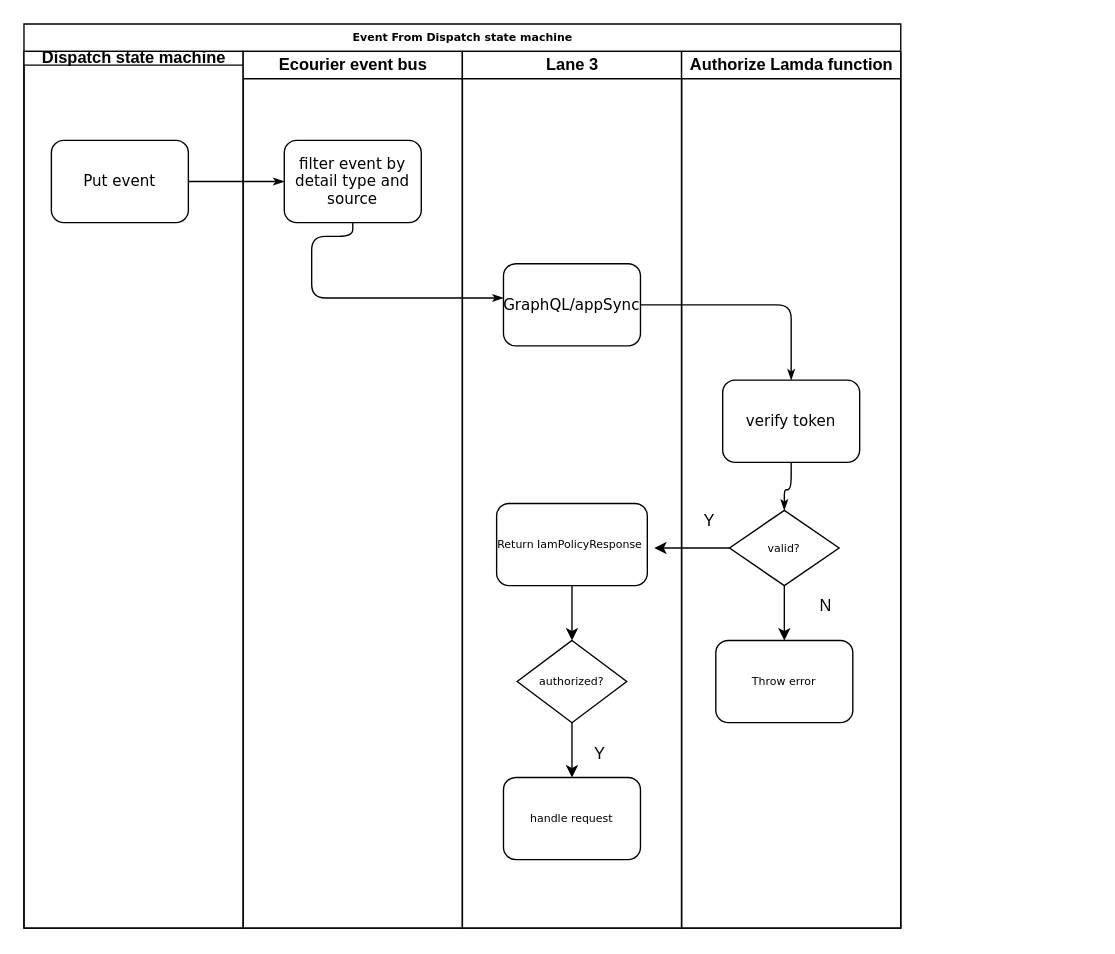
dieunguyen2003/deploycode keeps this draw.io diagram as dispatchevent.drawio. Above is the earlier version. Source tidied: cells renumbered, new cells numbered last; positions are measured from the earlier drawing's top-left corner, leaving out a move shared by most shapes. Both pictures are drawn from the tidied source at 137%, with x=0, y=0 at pixel (23, 23).
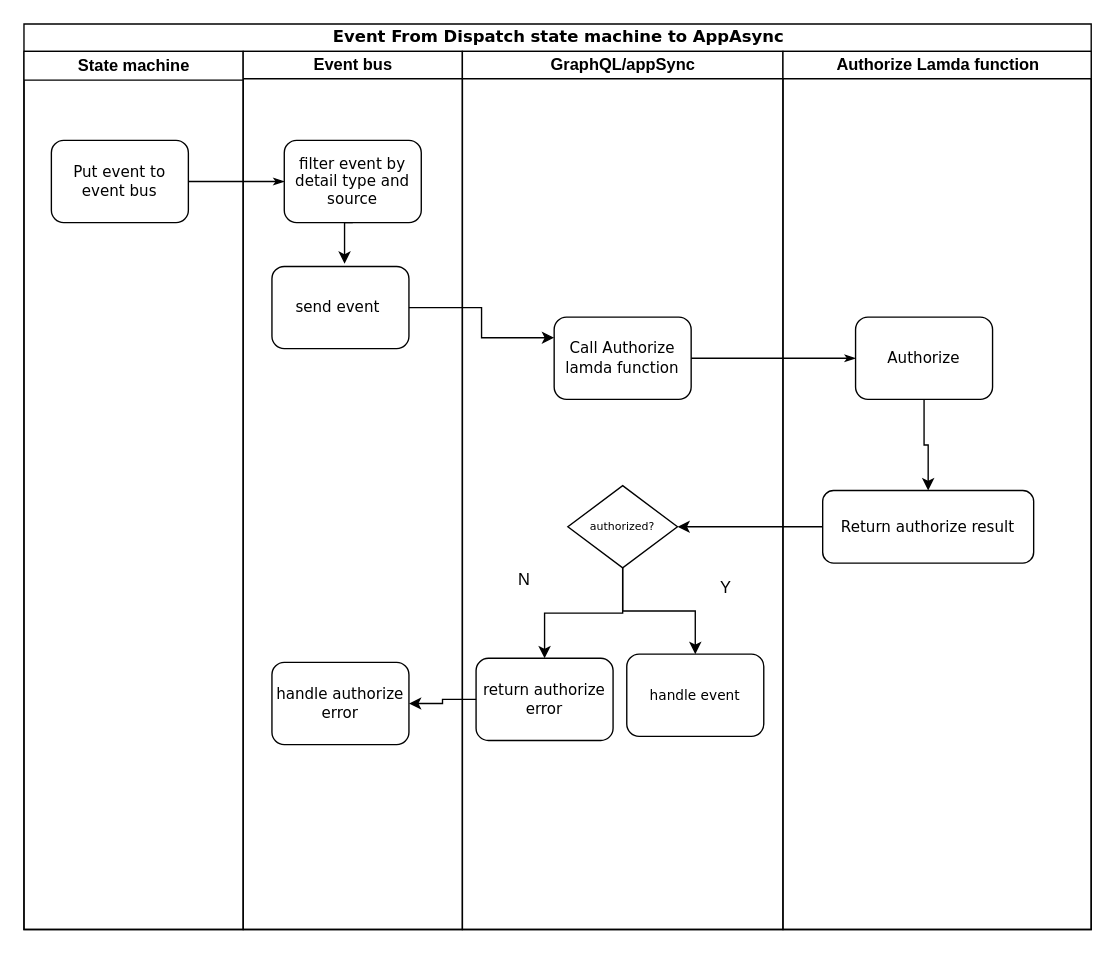
The same page after the edit.

Unchanged cells that the change refers to:
```xml
<mxCell id="8" value="&lt;font style=&quot;font-size: 11px;&quot;&gt;filter event by detail type and source&lt;/font&gt;" style="rounded=1;whiteSpace=wrap;html=1;shadow=0;labelBackgroundColor=none;strokeWidth=1;fontFamily=Verdana;fontSize=8;align=center;" parent="7" vertex="1">
  <mxGeometry x="30" y="65" width="100" height="60" as="geometry" />
</mxCell>
```

The edit, as a diff of the source:
```diff
@@
-    <mxCell id="2" value="Event From Dispatch state machine" style="swimlane;html=1;startSize=20;rounded=0;shadow=0;labelBackgroundColor=none;strokeWidth=1;fontFamily=Verdana;fontSize=8;align=center;" parent="1" vertex="1">
-      <mxGeometry width="640" height="660" as="geometry" />
+    <mxCell id="2" value="&lt;font style=&quot;font-size: 12px;&quot;&gt;Event From Dispatch state machine to AppAsync&lt;/font&gt;" style="swimlane;html=1;startSize=20;rounded=0;shadow=0;labelBackgroundColor=none;strokeWidth=1;fontFamily=Verdana;fontSize=8;align=center;" parent="1" vertex="1">
+      <mxGeometry width="779" height="661" as="geometry" />
     </mxCell>
-    <mxCell id="3" value="Dispatch state machine" style="swimlane;html=1;startSize=10;" parent="2" vertex="1">
-      <mxGeometry y="20" width="160" height="640" as="geometry" />
+    <mxCell id="3" value="State machine" style="swimlane;html=1;startSize=21;" parent="2" vertex="1">
+      <mxGeometry y="20" width="160" height="641" as="geometry" />
     </mxCell>
-    <mxCell id="4" value="&lt;font style=&quot;font-size: 11px;&quot;&gt;Put event&lt;/font&gt;" style="rounded=1;whiteSpace=wrap;html=1;shadow=0;labelBackgroundColor=none;strokeWidth=1;fontFamily=Verdana;fontSize=8;align=center;" parent="3" vertex="1">
+    <mxCell id="4" value="&lt;font style=&quot;font-size: 11px;&quot;&gt;Put event to event bus&lt;/font&gt;" style="rounded=1;whiteSpace=wrap;html=1;shadow=0;labelBackgroundColor=none;strokeWidth=1;fontFamily=Verdana;fontSize=8;align=center;" parent="3" vertex="1">
       <mxGeometry x="20" y="65" width="100" height="60" as="geometry" />
     </mxCell>
@@
-    <mxCell id="6" style="edgeStyle=orthogonalEdgeStyle;rounded=1;html=1;labelBackgroundColor=none;startArrow=none;startFill=0;startSize=5;endArrow=classicThin;endFill=1;endSize=5;jettySize=auto;strokeWidth=1;fontFamily=Verdana;fontSize=8;" parent="2" edge="1" source="8" target="10">
-      <mxGeometry relative="1" as="geometry">
-        <Array as="points">
-          <mxPoint x="240" y="155" />
-          <mxPoint x="210" y="155" />
-          <mxPoint x="210" y="200" />
-        </Array>
-      </mxGeometry>
-    </mxCell>
-    <mxCell id="7" value="Ecourier event bus" style="swimlane;html=1;startSize=20;" parent="2" vertex="1">
-      <mxGeometry x="160" y="20" width="160" height="640" as="geometry" />
+    <mxCell id="7" value="Event bus" style="swimlane;html=1;startSize=20;" parent="2" vertex="1">
+      <mxGeometry x="160" y="20" width="160" height="641" as="geometry" />
     </mxCell>
+    <mxCell id="27" style="edgeStyle=orthogonalEdgeStyle;rounded=0;jettySize=auto;html=1;exitX=0.5;exitY=1;exitDx=0;exitDy=0;" parent="7" edge="1" source="8">
+      <mxGeometry relative="1" as="geometry">
+        <mxPoint x="74" y="155" as="targetPoint" />
+      </mxGeometry>
+    </mxCell>
@@
+    <mxCell id="28" value="&lt;font style=&quot;font-size: 11px;&quot;&gt;send event&amp;nbsp;&lt;/font&gt;" style="rounded=1;whiteSpace=wrap;html=1;shadow=0;labelBackgroundColor=none;strokeWidth=1;fontFamily=Verdana;fontSize=8;align=center;" parent="7" vertex="1">
+      <mxGeometry x="21" y="157" width="100" height="60" as="geometry" />
+    </mxCell>
+    <mxCell id="29" value="&lt;font style=&quot;font-size: 11px;&quot;&gt;handle authorize error&lt;/font&gt;" style="rounded=1;whiteSpace=wrap;html=1;shadow=0;labelBackgroundColor=none;strokeWidth=1;fontFamily=Verdana;fontSize=8;align=center;" parent="7" vertex="1">
+      <mxGeometry x="21" y="446" width="100" height="60" as="geometry" />
+    </mxCell>
-    <mxCell id="9" value="Lane 3" style="swimlane;html=1;startSize=20;" parent="2" vertex="1">
-      <mxGeometry x="320" y="20" width="160" height="640" as="geometry" />
+    <mxCell id="9" value="GraphQL/appSync" style="swimlane;html=1;startSize=20;" parent="2" vertex="1">
+      <mxGeometry x="320" y="20" width="234" height="641" as="geometry" />
     </mxCell>
-    <mxCell id="10" value="&lt;font style=&quot;font-size: 11px;&quot;&gt;GraphQL/appSync&lt;/font&gt;" style="rounded=1;whiteSpace=wrap;html=1;shadow=0;labelBackgroundColor=none;strokeWidth=1;fontFamily=Verdana;fontSize=8;align=center;" parent="9" vertex="1">
-      <mxGeometry x="30" y="155" width="100" height="60" as="geometry" />
+    <mxCell id="10" value="&lt;font style=&quot;font-size: 11px;&quot;&gt;Call Authorize lamda function&lt;/font&gt;" style="rounded=1;whiteSpace=wrap;html=1;shadow=0;labelBackgroundColor=none;strokeWidth=1;fontFamily=Verdana;fontSize=8;align=center;" parent="9" vertex="1">
+      <mxGeometry x="67" y="194" width="100" height="60" as="geometry" />
     </mxCell>
-    <mxCell id="11" style="edgeStyle=orthogonalEdgeStyle;rounded=0;jettySize=auto;html=1;entryX=0.5;entryY=0;entryDx=0;entryDy=0;" parent="9" edge="1" source="12" target="14">
-      <mxGeometry relative="1" as="geometry" />
-    </mxCell>
-    <mxCell id="12" value="Return&amp;nbsp;IamPolicyResponse&lt;span style=&quot;background-color: initial;&quot;&gt;&amp;nbsp;&lt;/span&gt;" style="rounded=1;whiteSpace=wrap;html=1;shadow=0;labelBackgroundColor=none;strokeWidth=1;fontFamily=Verdana;fontSize=8;align=center;" parent="9" vertex="1">
-      <mxGeometry x="25" y="330" width="110" height="60" as="geometry" />
-    </mxCell>
@@
+    <mxCell id="30" style="edgeStyle=orthogonalEdgeStyle;rounded=0;jettySize=auto;html=1;" parent="9" edge="1" source="14" target="31">
+      <mxGeometry relative="1" as="geometry" />
+    </mxCell>
     <mxCell id="14" value="authorized?" style="rhombus;whiteSpace=wrap;html=1;rounded=0;shadow=0;labelBackgroundColor=none;strokeWidth=1;fontFamily=Verdana;fontSize=8;align=center;" parent="9" vertex="1">
-      <mxGeometry x="40" y="430" width="80" height="60" as="geometry" />
+      <mxGeometry x="77" y="317" width="80" height="60" as="geometry" />
     </mxCell>
-    <mxCell id="15" value="handle request" style="rounded=1;whiteSpace=wrap;html=1;shadow=0;labelBackgroundColor=none;strokeWidth=1;fontFamily=Verdana;fontSize=8;align=center;" parent="9" vertex="1">
-      <mxGeometry x="30" y="530" width="100" height="60" as="geometry" />
+    <mxCell id="15" value="&lt;font style=&quot;font-size: 10px;&quot;&gt;handle event&lt;/font&gt;" style="rounded=1;whiteSpace=wrap;html=1;shadow=0;labelBackgroundColor=none;strokeWidth=1;fontFamily=Verdana;fontSize=8;align=center;" parent="9" vertex="1">
+      <mxGeometry x="120" y="440" width="100" height="60" as="geometry" />
     </mxCell>
+    <mxCell id="26" value="Y" style="text;html=1;align=center;verticalAlign=middle;strokeColor=none;fillColor=none;" parent="9" vertex="1">
+      <mxGeometry x="177" y="377" width="30" height="30" as="geometry" />
+    </mxCell>
+    <mxCell id="31" value="&lt;font style=&quot;font-size: 11px;&quot;&gt;return authorize error&lt;/font&gt;" style="rounded=1;whiteSpace=wrap;html=1;shadow=0;labelBackgroundColor=none;strokeWidth=1;fontFamily=Verdana;fontSize=8;align=center;" parent="9" vertex="1">
+      <mxGeometry x="10" y="443" width="100" height="60" as="geometry" />
+    </mxCell>
+    <mxCell id="24" style="edgeStyle=orthogonalEdgeStyle;rounded=1;html=1;labelBackgroundColor=none;startArrow=none;startFill=0;startSize=5;endArrow=classicThin;endFill=1;endSize=5;jettySize=auto;strokeWidth=1;fontFamily=Verdana;fontSize=8;" parent="2" edge="1" source="10" target="17">
+      <mxGeometry relative="1" as="geometry" />
+    </mxCell>
+    <mxCell id="32" style="edgeStyle=orthogonalEdgeStyle;rounded=0;jettySize=auto;html=1;exitX=1;exitY=0.5;exitDx=0;exitDy=0;entryX=0;entryY=0.25;entryDx=0;entryDy=0;" parent="2" edge="1" source="28" target="10">
+      <mxGeometry relative="1" as="geometry" />
+    </mxCell>
+    <mxCell id="33" style="edgeStyle=orthogonalEdgeStyle;rounded=0;jettySize=auto;html=1;entryX=1;entryY=0.5;entryDx=0;entryDy=0;" parent="2" edge="1" source="35" target="14">
+      <mxGeometry relative="1" as="geometry" />
+    </mxCell>
     <mxCell id="16" value="Authorize Lamda function" style="swimlane;html=1;startSize=20;" parent="2" vertex="1">
-      <mxGeometry x="480" y="20" width="160" height="640" as="geometry" />
+      <mxGeometry x="554" y="20" width="225" height="641" as="geometry" />
     </mxCell>
+    <mxCell id="34" style="edgeStyle=orthogonalEdgeStyle;rounded=0;jettySize=auto;html=1;entryX=0.5;entryY=0;entryDx=0;entryDy=0;" parent="16" edge="1" source="17" target="35">
+      <mxGeometry relative="1" as="geometry" />
+    </mxCell>
-    <mxCell id="17" value="&lt;font style=&quot;font-size: 11px;&quot;&gt;verify token&lt;/font&gt;" style="rounded=1;whiteSpace=wrap;html=1;shadow=0;labelBackgroundColor=none;strokeWidth=1;fontFamily=Verdana;fontSize=8;align=center;" parent="16" vertex="1">
-      <mxGeometry x="30" y="240" width="100" height="60" as="geometry" />
+    <mxCell id="17" value="&lt;font style=&quot;font-size: 11px;&quot;&gt;Authorize&lt;/font&gt;" style="rounded=1;whiteSpace=wrap;html=1;shadow=0;labelBackgroundColor=none;strokeWidth=1;fontFamily=Verdana;fontSize=8;align=center;" parent="16" vertex="1">
+      <mxGeometry x="53" y="194" width="100" height="60" as="geometry" />
     </mxCell>
-    <mxCell id="18" style="edgeStyle=orthogonalEdgeStyle;rounded=0;jettySize=auto;html=1;entryX=0.5;entryY=0;entryDx=0;entryDy=0;" parent="16" edge="1" source="20" target="22">
-      <mxGeometry relative="1" as="geometry" />
-    </mxCell>
-    <mxCell id="19" style="edgeStyle=orthogonalEdgeStyle;rounded=0;jettySize=auto;html=1;" parent="16" edge="1" source="20">
-      <mxGeometry relative="1" as="geometry">
-        <mxPoint x="-20" y="362.5" as="targetPoint" />
-      </mxGeometry>
-    </mxCell>
-    <mxCell id="20" value="valid?" style="rhombus;whiteSpace=wrap;html=1;rounded=0;shadow=0;labelBackgroundColor=none;strokeWidth=1;fontFamily=Verdana;fontSize=8;align=center;" parent="16" vertex="1">
-      <mxGeometry x="35" y="335" width="80" height="55" as="geometry" />
-    </mxCell>
-    <mxCell id="21" style="edgeStyle=orthogonalEdgeStyle;rounded=1;html=1;labelBackgroundColor=none;startArrow=none;startFill=0;startSize=5;endArrow=classicThin;endFill=1;endSize=5;jettySize=auto;strokeColor=#000000;strokeWidth=1;fontFamily=Verdana;fontSize=8;fontColor=#000000;" parent="16" edge="1" source="17" target="20">
-      <mxGeometry relative="1" as="geometry" />
-    </mxCell>
-    <mxCell id="22" value="Throw error" style="rounded=1;whiteSpace=wrap;html=1;shadow=0;labelBackgroundColor=none;strokeWidth=1;fontFamily=Verdana;fontSize=8;align=center;" parent="16" vertex="1">
-      <mxGeometry x="25" y="430" width="100" height="60" as="geometry" />
-    </mxCell>
+    <mxCell id="35" value="&lt;font style=&quot;font-size: 11px;&quot;&gt;Return&amp;nbsp;authorize result&lt;/font&gt;" style="rounded=1;whiteSpace=wrap;html=1;shadow=0;labelBackgroundColor=none;strokeWidth=1;fontFamily=Verdana;fontSize=8;align=center;" parent="16" vertex="1">
+      <mxGeometry x="29" y="320.5" width="154" height="53" as="geometry" />
+    </mxCell>
+    <mxCell id="36" style="edgeStyle=orthogonalEdgeStyle;rounded=0;jettySize=auto;html=1;entryX=1;entryY=0.5;entryDx=0;entryDy=0;" parent="2" edge="1" source="31" target="29">
+      <mxGeometry relative="1" as="geometry" />
+    </mxCell>
-    <mxCell id="23" value="N" style="text;html=1;align=center;verticalAlign=middle;strokeColor=none;fillColor=none;" parent="16" vertex="1">
-      <mxGeometry x="90" y="390" width="30" height="30" as="geometry" />
+    <mxCell id="23" value="N" style="text;html=1;align=center;verticalAlign=middle;strokeColor=none;fillColor=none;" parent="1" vertex="1">
+      <mxGeometry x="351" y="393" width="27" height="26" as="geometry" />
     </mxCell>
-    <mxCell id="24" style="edgeStyle=orthogonalEdgeStyle;rounded=1;html=1;labelBackgroundColor=none;startArrow=none;startFill=0;startSize=5;endArrow=classicThin;endFill=1;endSize=5;jettySize=auto;strokeWidth=1;fontFamily=Verdana;fontSize=8;" parent="2" edge="1" source="10" target="17">
-      <mxGeometry relative="1" as="geometry" />
-    </mxCell>
-    <mxCell id="25" value="Y" style="text;html=1;align=center;verticalAlign=middle;strokeColor=none;fillColor=none;" parent="1" vertex="1">
-      <mxGeometry x="485" y="348" width="30" height="30" as="geometry" />
-    </mxCell>
-    <mxCell id="26" value="Y" style="text;html=1;align=center;verticalAlign=middle;strokeColor=none;fillColor=none;" parent="1" vertex="1">
-      <mxGeometry x="405" y="518" width="30" height="30" as="geometry" />
-    </mxCell>
```
